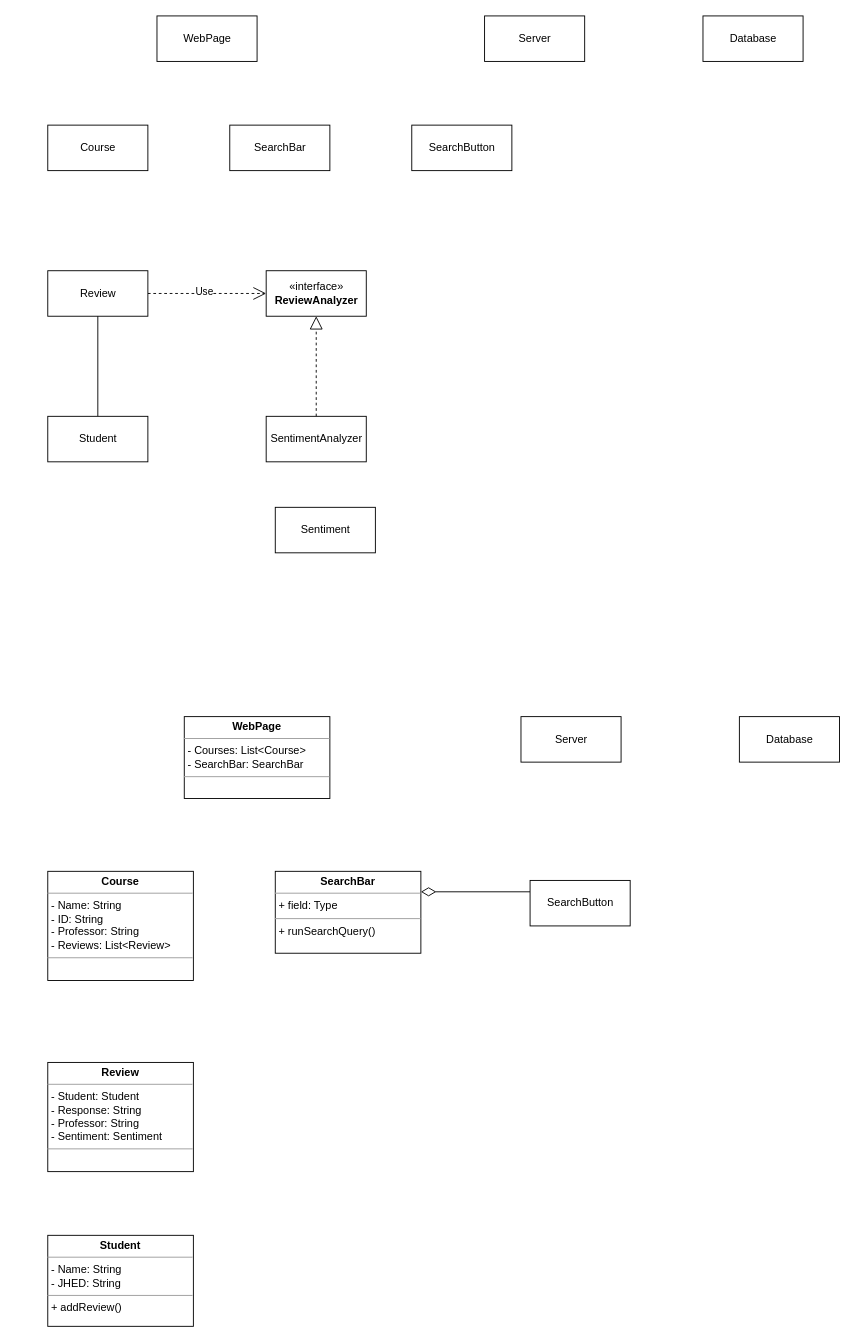
The draw.io diagram docs/design/class_diagram1.drawio in echua3/course-sentiment-analyzer, before the edit. Source tidied: cells renumbered, new cells numbered last; positions are measured from the earlier drawing's top-left corner, leaving out a move shared by most shapes. Both pictures are drawn from the tidied source at 91%, with x=0, y=0 at pixel (47, 15).
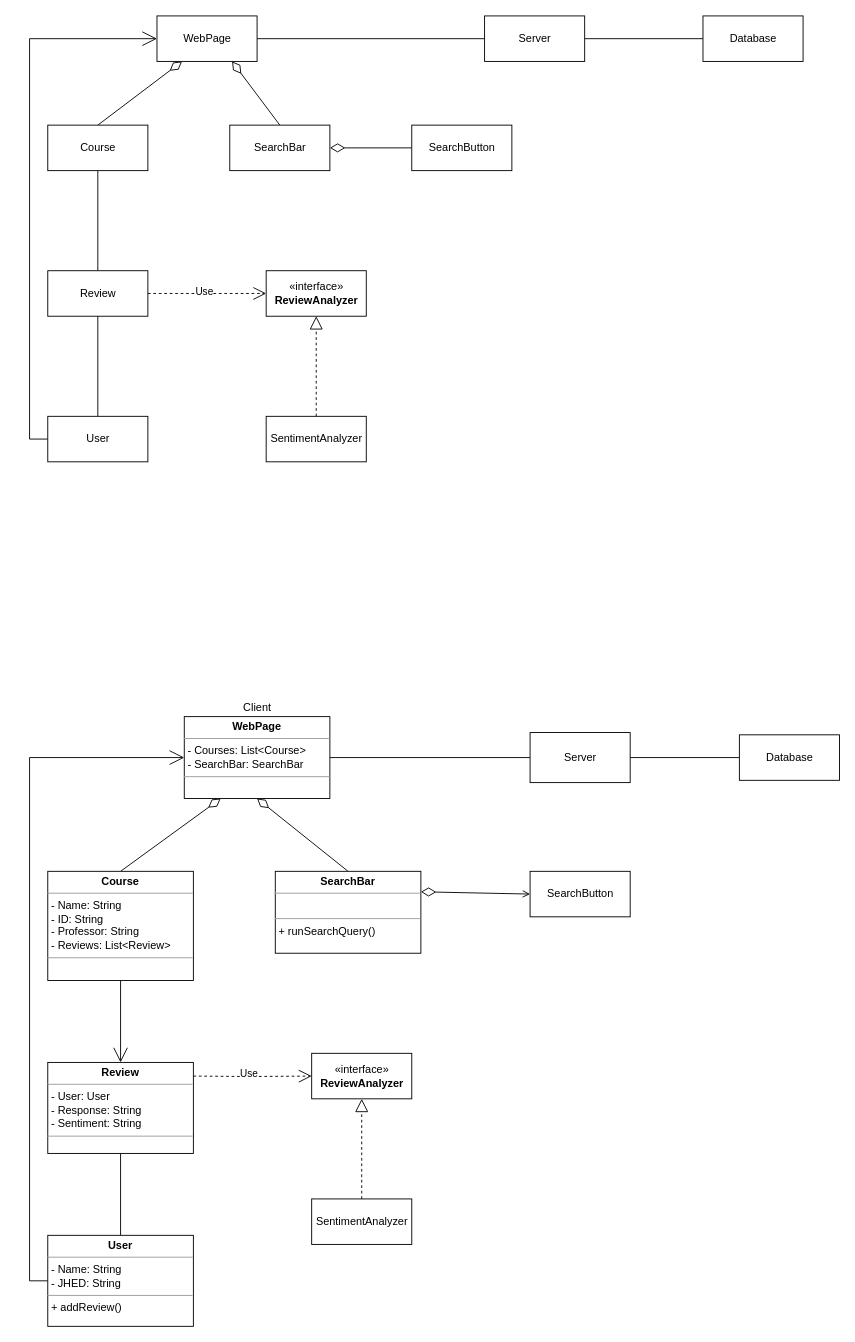
The same page after the edit.

Unchanged cells that the change refers to:
```xml
<mxCell id="2" value="WebPage" style="html=1;" parent="1" vertex="1">
  <mxGeometry x="120" width="110" height="50" as="geometry" />
</mxCell>
<mxCell id="3" value="Course" style="html=1;" parent="1" vertex="1">
  <mxGeometry y="120" width="110" height="50" as="geometry" />
</mxCell>
<mxCell id="6" value="Review" style="html=1;" parent="1" vertex="1">
  <mxGeometry y="280" width="110" height="50" as="geometry" />
</mxCell>
<mxCell id="11" value="Server" style="html=1;" parent="1" vertex="1">
  <mxGeometry x="480" width="110" height="50" as="geometry" />
</mxCell>
<mxCell id="12" value="Database" style="html=1;" parent="1" vertex="1">
  <mxGeometry x="720" width="110" height="50" as="geometry" />
</mxCell>
<mxCell id="13" value="SearchBar" style="html=1;" parent="1" vertex="1">
  <mxGeometry x="200" y="120" width="110" height="50" as="geometry" />
</mxCell>
<mxCell id="14" value="SearchButton" style="html=1;" parent="1" vertex="1">
  <mxGeometry x="400" y="120" width="110" height="50" as="geometry" />
</mxCell>
<mxCell id="15" value="&lt;p style=&quot;margin:0px;margin-top:4px;text-align:center;&quot;&gt;&lt;b&gt;Course&lt;/b&gt;&lt;/p&gt;&lt;hr size=&quot;1&quot;&gt;&lt;p style=&quot;margin:0px;margin-left:4px;&quot;&gt;- Name: String&lt;/p&gt;&lt;p style=&quot;margin:0px;margin-left:4px;&quot;&gt;- ID: String&lt;/p&gt;&lt;p style=&quot;margin:0px;margin-left:4px;&quot;&gt;- Professor: String&lt;/p&gt;&lt;p style=&quot;margin:0px;margin-left:4px;&quot;&gt;- Reviews: List&amp;lt;Review&amp;gt;&lt;/p&gt;&lt;hr size=&quot;1&quot;&gt;&lt;p style=&quot;margin:0px;margin-left:4px;&quot;&gt;&lt;br&gt;&lt;/p&gt;" style="verticalAlign=top;align=left;overflow=fill;fontSize=12;fontFamily=Helvetica;html=1;" parent="1" vertex="1">
  <mxGeometry y="940" width="160" height="120" as="geometry" />
</mxCell>
<mxCell id="22" value="&lt;p style=&quot;margin:0px;margin-top:4px;text-align:center;&quot;&gt;&lt;b&gt;WebPage&lt;/b&gt;&lt;/p&gt;&lt;hr size=&quot;1&quot;&gt;&lt;p style=&quot;margin:0px;margin-left:4px;&quot;&gt;- Courses: List&amp;lt;Course&amp;gt;&lt;/p&gt;&lt;p style=&quot;margin:0px;margin-left:4px;&quot;&gt;- SearchBar: SearchBar&lt;br&gt;&lt;/p&gt;&lt;hr size=&quot;1&quot;&gt;&lt;p style=&quot;margin:0px;margin-left:4px;&quot;&gt;&lt;br&gt;&lt;/p&gt;" style="verticalAlign=top;align=left;overflow=fill;fontSize=12;fontFamily=Helvetica;html=1;" parent="1" vertex="1">
  <mxGeometry x="150" y="770" width="160" height="90" as="geometry" />
</mxCell>
```

Diff of the diagram source:
```diff
@@
+    <mxCell id="26" style="rounded=0;jettySize=auto;html=1;exitX=0.25;exitY=1;exitDx=0;exitDy=0;entryX=0.5;entryY=0;entryDx=0;entryDy=0;startArrow=diamondThin;startFill=0;endArrow=none;endFill=0;startSize=14;endSize=12;sourcePerimeterSpacing=0;" parent="1" edge="1" source="2" target="3">
+      <mxGeometry relative="1" as="geometry" />
+    </mxCell>
+    <mxCell id="27" style="edgeStyle=none;rounded=0;jettySize=auto;html=1;exitX=0.75;exitY=1;exitDx=0;exitDy=0;entryX=0.5;entryY=0;entryDx=0;entryDy=0;startArrow=diamondThin;startFill=0;endArrow=none;endFill=0;startSize=14;endSize=12;sourcePerimeterSpacing=0;" parent="1" edge="1" source="2" target="13">
+      <mxGeometry relative="1" as="geometry" />
+    </mxCell>
+    <mxCell id="28" style="edgeStyle=none;rounded=0;jettySize=auto;html=1;exitX=1;exitY=0.5;exitDx=0;exitDy=0;entryX=0;entryY=0.5;entryDx=0;entryDy=0;startArrow=none;startFill=0;endArrow=none;endFill=0;startSize=14;endSize=12;sourcePerimeterSpacing=0;" parent="1" edge="1" source="2" target="11">
+      <mxGeometry relative="1" as="geometry" />
+    </mxCell>
@@
+    <mxCell id="29" style="edgeStyle=orthogonalEdgeStyle;rounded=0;jettySize=auto;html=1;exitX=0.5;exitY=1;exitDx=0;exitDy=0;entryX=0.5;entryY=0;entryDx=0;entryDy=0;startArrow=none;startFill=0;endArrow=none;endFill=0;startSize=14;endSize=12;sourcePerimeterSpacing=0;" parent="1" edge="1" source="3" target="6">
+      <mxGeometry relative="1" as="geometry" />
+    </mxCell>
@@
+    <mxCell id="30" style="edgeStyle=orthogonalEdgeStyle;rounded=0;jettySize=auto;html=1;exitX=0;exitY=0.5;exitDx=0;exitDy=0;entryX=0;entryY=0.5;entryDx=0;entryDy=0;startArrow=none;startFill=0;endArrow=open;endFill=0;startSize=14;endSize=14;sourcePerimeterSpacing=0;" parent="1" edge="1" source="8" target="2">
+      <mxGeometry relative="1" as="geometry" />
+    </mxCell>
-    <mxCell id="8" value="Student" style="html=1;" parent="1" vertex="1">
+    <mxCell id="8" value="User" style="html=1;" parent="1" vertex="1">
       <mxGeometry y="440" width="110" height="50" as="geometry" />
     </mxCell>
@@
+    <mxCell id="31" style="edgeStyle=none;rounded=0;jettySize=auto;html=1;exitX=1;exitY=0.5;exitDx=0;exitDy=0;entryX=0;entryY=0.5;entryDx=0;entryDy=0;startArrow=none;startFill=0;endArrow=none;endFill=0;startSize=14;endSize=12;sourcePerimeterSpacing=0;" parent="1" edge="1" source="11" target="12">
+      <mxGeometry relative="1" as="geometry" />
+    </mxCell>
@@
+    <mxCell id="32" style="edgeStyle=none;rounded=0;jettySize=auto;html=1;exitX=1;exitY=0.5;exitDx=0;exitDy=0;entryX=0;entryY=0.5;entryDx=0;entryDy=0;startArrow=diamondThin;startFill=0;endArrow=none;endFill=0;startSize=14;endSize=12;sourcePerimeterSpacing=0;" parent="1" edge="1" source="13" target="14">
+      <mxGeometry relative="1" as="geometry" />
+    </mxCell>
@@
+    <mxCell id="33" style="edgeStyle=none;rounded=0;jettySize=auto;html=1;exitX=0.5;exitY=0;exitDx=0;exitDy=0;entryX=0.25;entryY=1;entryDx=0;entryDy=0;startArrow=none;startFill=0;endArrow=diamondThin;endFill=0;startSize=14;endSize=14;sourcePerimeterSpacing=0;" parent="1" edge="1" source="15" target="22">
+      <mxGeometry relative="1" as="geometry" />
+    </mxCell>
+    <mxCell id="34" style="edgeStyle=none;rounded=0;jettySize=auto;html=1;exitX=0.5;exitY=1;exitDx=0;exitDy=0;entryX=0.5;entryY=0;entryDx=0;entryDy=0;startArrow=none;startFill=0;endArrow=open;endFill=0;startSize=14;endSize=14;sourcePerimeterSpacing=0;" parent="1" edge="1" source="15" target="16">
+      <mxGeometry relative="1" as="geometry" />
+    </mxCell>
@@
+    <mxCell id="35" style="edgeStyle=none;rounded=0;jettySize=auto;html=1;exitX=0.5;exitY=1;exitDx=0;exitDy=0;entryX=0.5;entryY=0;entryDx=0;entryDy=0;startArrow=none;startFill=0;endArrow=none;endFill=0;startSize=14;endSize=14;sourcePerimeterSpacing=0;" parent="1" edge="1" source="16" target="18">
+      <mxGeometry relative="1" as="geometry" />
+    </mxCell>
-    <mxCell id="16" value="&lt;p style=&quot;margin:0px;margin-top:4px;text-align:center;&quot;&gt;&lt;b&gt;Review&lt;/b&gt;&lt;/p&gt;&lt;hr size=&quot;1&quot;&gt;&lt;p style=&quot;margin:0px;margin-left:4px;&quot;&gt;- Student: Student&lt;/p&gt;&lt;p style=&quot;margin:0px;margin-left:4px;&quot;&gt;- Response: String&lt;/p&gt;&lt;p style=&quot;margin:0px;margin-left:4px;&quot;&gt;- Professor: String&lt;/p&gt;&lt;p style=&quot;margin:0px;margin-left:4px;&quot;&gt;- Sentiment: Sentiment&lt;/p&gt;&lt;hr size=&quot;1&quot;&gt;&lt;p style=&quot;margin:0px;margin-left:4px;&quot;&gt;&lt;br&gt;&lt;/p&gt;" style="verticalAlign=top;align=left;overflow=fill;fontSize=12;fontFamily=Helvetica;html=1;" parent="1" vertex="1">
-      <mxGeometry y="1150" width="160" height="120" as="geometry" />
+    <mxCell id="16" value="&lt;p style=&quot;margin:0px;margin-top:4px;text-align:center;&quot;&gt;&lt;b&gt;Review&lt;/b&gt;&lt;/p&gt;&lt;hr size=&quot;1&quot;&gt;&lt;p style=&quot;margin:0px;margin-left:4px;&quot;&gt;- User: User&lt;/p&gt;&lt;p style=&quot;margin:0px;margin-left:4px;&quot;&gt;- Response: String&lt;/p&gt;&lt;p style=&quot;margin:0px;margin-left:4px;&quot;&gt;- Sentiment: String&lt;/p&gt;&lt;hr size=&quot;1&quot;&gt;&lt;p style=&quot;margin:0px;margin-left:4px;&quot;&gt;&lt;br&gt;&lt;/p&gt;" style="verticalAlign=top;align=left;overflow=fill;fontSize=12;fontFamily=Helvetica;html=1;" parent="1" vertex="1">
+      <mxGeometry y="1150" width="160" height="100" as="geometry" />
     </mxCell>
-    <mxCell id="17" value="Sentiment" style="html=1;" parent="1" vertex="1">
-      <mxGeometry x="250" y="540" width="110" height="50" as="geometry" />
-    </mxCell>
+    <mxCell id="36" style="edgeStyle=orthogonalEdgeStyle;rounded=0;jettySize=auto;html=1;exitX=0;exitY=0.5;exitDx=0;exitDy=0;startArrow=none;startFill=0;endArrow=open;endFill=0;startSize=14;endSize=14;sourcePerimeterSpacing=0;" parent="1" edge="1" source="18" target="22">
+      <mxGeometry relative="1" as="geometry">
+        <Array as="points">
+          <mxPoint x="-20" y="1390" />
+          <mxPoint x="-20" y="815" />
+        </Array>
+      </mxGeometry>
+    </mxCell>
-    <mxCell id="18" value="&lt;p style=&quot;margin:0px;margin-top:4px;text-align:center;&quot;&gt;&lt;b&gt;Student&lt;/b&gt;&lt;/p&gt;&lt;hr size=&quot;1&quot;&gt;&lt;p style=&quot;margin:0px;margin-left:4px;&quot;&gt;- Name: String&lt;/p&gt;&lt;p style=&quot;margin:0px;margin-left:4px;&quot;&gt;- JHED: String&lt;br&gt;&lt;/p&gt;&lt;hr size=&quot;1&quot;&gt;&lt;p style=&quot;margin:0px;margin-left:4px;&quot;&gt;+ addReview()&lt;/p&gt;" style="verticalAlign=top;align=left;overflow=fill;fontSize=12;fontFamily=Helvetica;html=1;" parent="1" vertex="1">
+    <mxCell id="18" value="&lt;p style=&quot;margin:0px;margin-top:4px;text-align:center;&quot;&gt;&lt;b&gt;User&lt;/b&gt;&lt;/p&gt;&lt;hr size=&quot;1&quot;&gt;&lt;p style=&quot;margin:0px;margin-left:4px;&quot;&gt;- Name: String&lt;/p&gt;&lt;p style=&quot;margin:0px;margin-left:4px;&quot;&gt;- JHED: String&lt;br&gt;&lt;/p&gt;&lt;hr size=&quot;1&quot;&gt;&lt;p style=&quot;margin:0px;margin-left:4px;&quot;&gt;+ addReview()&lt;/p&gt;" style="verticalAlign=top;align=left;overflow=fill;fontSize=12;fontFamily=Helvetica;html=1;" parent="1" vertex="1">
       <mxGeometry y="1340" width="160" height="100" as="geometry" />
     </mxCell>
-    <mxCell id="19" style="edgeStyle=orthogonalEdgeStyle;rounded=0;jettySize=auto;html=1;exitX=1;exitY=0.25;exitDx=0;exitDy=0;entryX=0;entryY=0.25;entryDx=0;entryDy=0;startArrow=diamondThin;startFill=0;sourcePerimeterSpacing=0;startSize=14;endArrow=none;endFill=0;" parent="1" edge="1" source="20" target="21">
+    <mxCell id="19" style="rounded=0;jettySize=auto;html=1;exitX=1;exitY=0.25;exitDx=0;exitDy=0;entryX=0;entryY=0.5;entryDx=0;entryDy=0;startArrow=diamondThin;startFill=0;sourcePerimeterSpacing=0;startSize=14;endArrow=open;endFill=0;" parent="1" edge="1" source="20" target="21">
       <mxGeometry relative="1" as="geometry" />
     </mxCell>
+    <mxCell id="37" style="edgeStyle=none;rounded=0;jettySize=auto;html=1;exitX=0.5;exitY=0;exitDx=0;exitDy=0;entryX=0.5;entryY=1;entryDx=0;entryDy=0;startArrow=none;startFill=0;endArrow=diamondThin;endFill=0;startSize=14;endSize=14;sourcePerimeterSpacing=0;" parent="1" edge="1" source="20" target="22">
+      <mxGeometry relative="1" as="geometry" />
+    </mxCell>
-    <mxCell id="20" value="&lt;p style=&quot;margin:0px;margin-top:4px;text-align:center;&quot;&gt;&lt;b&gt;SearchBar&lt;/b&gt;&lt;/p&gt;&lt;hr size=&quot;1&quot;&gt;&lt;p style=&quot;margin:0px;margin-left:4px;&quot;&gt;+ field: Type&lt;/p&gt;&lt;hr size=&quot;1&quot;&gt;&lt;p style=&quot;margin:0px;margin-left:4px;&quot;&gt;+ runSearchQuery()&lt;/p&gt;" style="verticalAlign=top;align=left;overflow=fill;fontSize=12;fontFamily=Helvetica;html=1;" parent="1" vertex="1">
+    <mxCell id="20" value="&lt;p style=&quot;margin:0px;margin-top:4px;text-align:center;&quot;&gt;&lt;b&gt;SearchBar&lt;/b&gt;&lt;/p&gt;&lt;hr size=&quot;1&quot;&gt;&lt;p style=&quot;margin:0px;margin-left:4px;&quot;&gt;&lt;br&gt;&lt;/p&gt;&lt;hr size=&quot;1&quot;&gt;&lt;p style=&quot;margin:0px;margin-left:4px;&quot;&gt;+ runSearchQuery()&lt;/p&gt;" style="verticalAlign=top;align=left;overflow=fill;fontSize=12;fontFamily=Helvetica;html=1;" parent="1" vertex="1">
       <mxGeometry x="250" y="940" width="160" height="90" as="geometry" />
     </mxCell>
     <mxCell id="21" value="SearchButton" style="html=1;" parent="1" vertex="1">
-      <mxGeometry x="530" y="950" width="110" height="50" as="geometry" />
+      <mxGeometry x="530" y="940" width="110" height="50" as="geometry" />
     </mxCell>
+    <mxCell id="38" style="rounded=0;jettySize=auto;html=1;exitX=1;exitY=0.5;exitDx=0;exitDy=0;startArrow=none;startFill=0;endArrow=none;endFill=0;startSize=14;endSize=12;sourcePerimeterSpacing=0;" parent="1" edge="1" source="22" target="23">
+      <mxGeometry relative="1" as="geometry" />
+    </mxCell>
@@
     <mxCell id="23" value="Server" style="html=1;" parent="1" vertex="1">
-      <mxGeometry x="520" y="770" width="110" height="50" as="geometry" />
+      <mxGeometry x="530" y="787.5" width="110" height="55" as="geometry" />
     </mxCell>
+    <mxCell id="39" style="edgeStyle=none;rounded=0;jettySize=auto;html=1;exitX=0;exitY=0.5;exitDx=0;exitDy=0;startArrow=none;startFill=0;endArrow=none;endFill=0;startSize=14;endSize=14;sourcePerimeterSpacing=0;" parent="1" edge="1" source="24" target="23">
+      <mxGeometry relative="1" as="geometry" />
+    </mxCell>
     <mxCell id="24" value="Database" style="html=1;" parent="1" vertex="1">
-      <mxGeometry x="760" y="770" width="110" height="50" as="geometry" />
+      <mxGeometry x="760" y="790" width="110" height="50" as="geometry" />
     </mxCell>
@@
+    <mxCell id="40" style="edgeStyle=orthogonalEdgeStyle;rounded=0;jettySize=auto;html=1;exitX=1;exitY=0.5;exitDx=0;exitDy=0;entryX=0;entryY=0.5;entryDx=0;entryDy=0;startArrow=none;startFill=0;endArrow=open;endFill=0;startSize=14;sourcePerimeterSpacing=0;dashed=1;endSize=12;" parent="1" edge="1" target="44">
+      <mxGeometry relative="1" as="geometry">
+        <mxPoint x="160" y="1165" as="sourcePoint" />
+      </mxGeometry>
+    </mxCell>
+    <mxCell id="41" value="Use" style="edgeLabel;html=1;align=center;verticalAlign=middle;" parent="40" vertex="1">
+      <mxGeometry x="-0.06" y="3" relative="1" as="geometry" />
+    </mxCell>
+    <mxCell id="42" style="edgeStyle=orthogonalEdgeStyle;rounded=0;jettySize=auto;html=1;exitX=0.5;exitY=0;exitDx=0;exitDy=0;entryX=0.5;entryY=1;entryDx=0;entryDy=0;dashed=1;startArrow=none;startFill=0;endArrow=block;endFill=0;startSize=14;endSize=12;sourcePerimeterSpacing=0;" parent="1" edge="1" source="43" target="44">
+      <mxGeometry relative="1" as="geometry" />
+    </mxCell>
+    <mxCell id="43" value="SentimentAnalyzer" style="html=1;" parent="1" vertex="1">
+      <mxGeometry x="290" y="1300" width="110" height="50" as="geometry" />
+    </mxCell>
+    <mxCell id="44" value="«interface»&lt;br&gt;&lt;b&gt;ReviewAnalyzer&lt;/b&gt;" style="html=1;" parent="1" vertex="1">
+      <mxGeometry x="290" y="1140" width="110" height="50" as="geometry" />
+    </mxCell>
+    <mxCell id="45" value="Client" style="text;html=1;align=center;verticalAlign=middle;strokeColor=none;fillColor=none;" parent="1" vertex="1">
+      <mxGeometry x="205" y="745" width="50" height="30" as="geometry" />
+    </mxCell>
```
